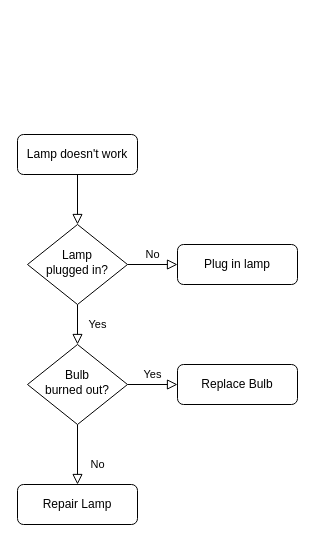
Above: _posts/Untitled Diagram.drawio in MiaG123/Amelias-blog (draw.io), before the change. Source tidied: cells renumbered, new cells numbered last; positions are measured from the earlier drawing's top-left corner, leaving out a move shared by most shapes. Both pictures are drawn from the tidied source at 100%, with x=0, y=0 at pixel (17, 134).
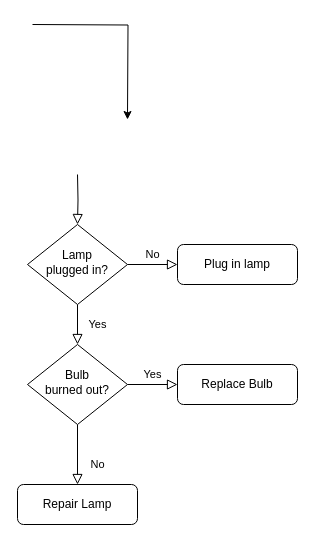
Above is the later version.

The edit, as a diff of the source:
```diff
@@
 <mxGraphModel>
   <root>
     <mxCell id="0" />
     <mxCell id="1" parent="0" />
-    <mxCell id="2" style="rounded=0;html=1;jettySize=auto;fontSize=11;endArrow=block;endFill=0;endSize=8;strokeWidth=1;shadow=0;labelBackgroundColor=none;edgeStyle=orthogonalEdgeStyle;" parent="1" edge="1" source="3" target="6">
-      <mxGeometry relative="1" as="geometry" />
+    <mxCell id="2" style="rounded=0;html=1;jettySize=auto;fontSize=11;endArrow=block;endFill=0;endSize=8;strokeWidth=1;shadow=0;labelBackgroundColor=none;edgeStyle=orthogonalEdgeStyle;" parent="1" edge="1" target="6">
+      <mxGeometry relative="1" as="geometry">
+        <mxPoint x="60" y="40" as="sourcePoint" />
+      </mxGeometry>
     </mxCell>
-    <mxCell id="3" value="Lamp doesn't work" style="rounded=1;whiteSpace=wrap;html=1;fontSize=12;glass=0;strokeWidth=1;shadow=0;" parent="1" vertex="1">
-      <mxGeometry width="120" height="40" as="geometry" />
-    </mxCell>
     <mxCell id="4" value="Yes" style="rounded=0;html=1;jettySize=auto;fontSize=11;endArrow=block;endFill=0;endSize=8;strokeWidth=1;shadow=0;labelBackgroundColor=none;edgeStyle=orthogonalEdgeStyle;" parent="1" edge="1" source="6" target="10">
       <mxGeometry y="20" relative="1" as="geometry" />
     </mxCell>
     <mxCell id="5" value="No" style="edgeStyle=orthogonalEdgeStyle;rounded=0;html=1;jettySize=auto;fontSize=11;endArrow=block;endFill=0;endSize=8;strokeWidth=1;shadow=0;labelBackgroundColor=none;" parent="1" edge="1" source="6" target="7">
       <mxGeometry y="10" relative="1" as="geometry" />
     </mxCell>
     <mxCell id="6" value="Lamp&lt;br&gt;plugged in?" style="rhombus;whiteSpace=wrap;html=1;shadow=0;fontFamily=Helvetica;fontSize=12;align=center;strokeWidth=1;spacing=6;spacingTop=-4;" parent="1" vertex="1">
       <mxGeometry x="10" y="90" width="100" height="80" as="geometry" />
     </mxCell>
     <mxCell id="7" value="Plug in lamp" style="rounded=1;whiteSpace=wrap;html=1;fontSize=12;glass=0;strokeWidth=1;shadow=0;" parent="1" vertex="1">
       <mxGeometry x="160" y="110" width="120" height="40" as="geometry" />
     </mxCell>
     <mxCell id="8" value="No" style="rounded=0;html=1;jettySize=auto;fontSize=11;endArrow=block;endFill=0;endSize=8;strokeWidth=1;shadow=0;labelBackgroundColor=none;edgeStyle=orthogonalEdgeStyle;" parent="1" edge="1" source="10" target="11">
       <mxGeometry x="0.33" y="20" relative="1" as="geometry" />
     </mxCell>
     <mxCell id="9" value="Yes" style="edgeStyle=orthogonalEdgeStyle;rounded=0;html=1;jettySize=auto;fontSize=11;endArrow=block;endFill=0;endSize=8;strokeWidth=1;shadow=0;labelBackgroundColor=none;" parent="1" edge="1" source="10" target="12">
       <mxGeometry y="10" relative="1" as="geometry" />
     </mxCell>
     <mxCell id="10" value="Bulb&lt;br&gt;burned out?" style="rhombus;whiteSpace=wrap;html=1;shadow=0;fontFamily=Helvetica;fontSize=12;align=center;strokeWidth=1;spacing=6;spacingTop=-4;" parent="1" vertex="1">
       <mxGeometry x="10" y="210" width="100" height="80" as="geometry" />
     </mxCell>
     <mxCell id="11" value="Repair Lamp" style="rounded=1;whiteSpace=wrap;html=1;fontSize=12;glass=0;strokeWidth=1;shadow=0;" parent="1" vertex="1">
       <mxGeometry y="350" width="120" height="40" as="geometry" />
     </mxCell>
     <mxCell id="12" value="Replace Bulb" style="rounded=1;whiteSpace=wrap;html=1;fontSize=12;glass=0;strokeWidth=1;shadow=0;" parent="1" vertex="1">
       <mxGeometry x="160" y="230" width="120" height="40" as="geometry" />
     </mxCell>
+    <mxCell id="13" style="edgeStyle=orthogonalEdgeStyle;rounded=0;orthogonalLoop=1;jettySize=auto;html=1;entryX=1;entryY=0.5;entryDx=0;entryDy=0;" parent="1" edge="1">
+      <mxGeometry relative="1" as="geometry">
+        <mxPoint x="15" y="-110" as="sourcePoint" />
+        <mxPoint x="110" y="-15" as="targetPoint" />
+      </mxGeometry>
+    </mxCell>
   </root>
 </mxGraphModel>
```
